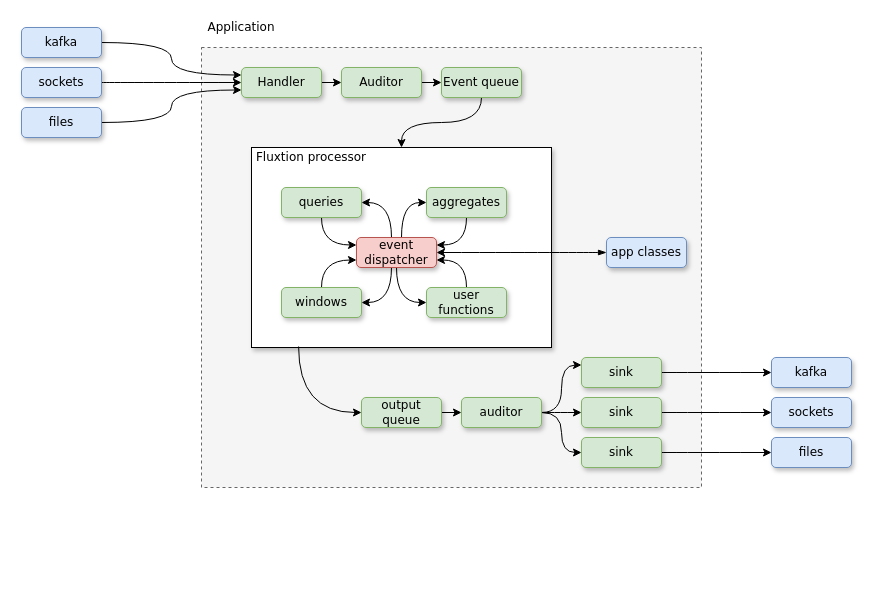
The draw.io diagram images/draw.io/integration_overview.drawio in v12technology/fluxtion, before the edit. Source tidied: cells renumbered, new cells numbered last; positions are measured from the earlier drawing's top-left corner, leaving out a move shared by most shapes. Both pictures are drawn from the tidied source at 100%, with x=0, y=0 at pixel (21, 17).
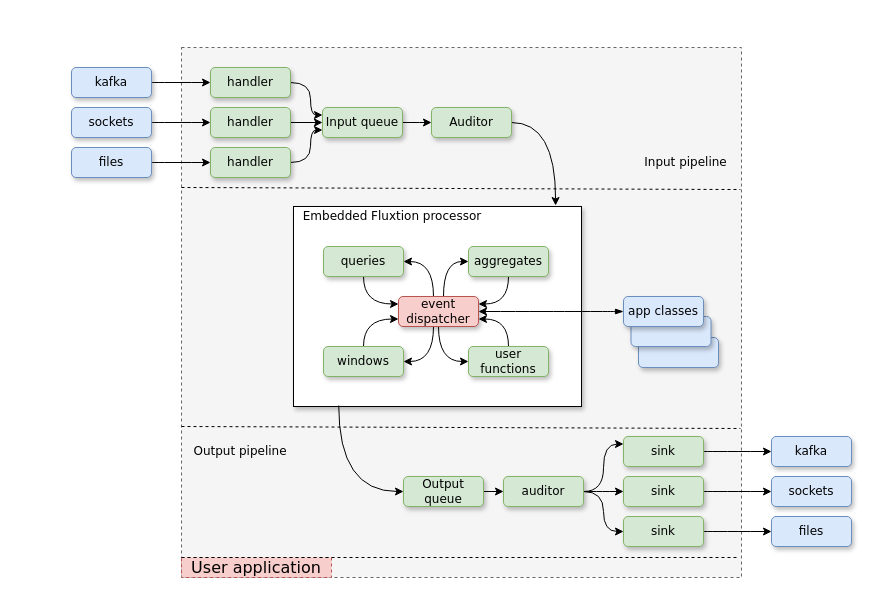
The same diagram, later.

Commit message (it also covers changes not shown here):
Updated overview diagram

Diff of the diagram source:
```diff
@@
     <mxCell id="2" style="rounded=0;whiteSpace=wrap;html=1;shadow=0;glass=0;dashed=1;sketch=0;fillColor=#f5f5f5;strokeColor=#666666;fontColor=#333333;" parent="1" vertex="1">
-      <mxGeometry x="180" y="30" width="500" height="440" as="geometry" />
+      <mxGeometry x="160" y="30" width="560" height="530" as="geometry" />
     </mxCell>
-    <mxCell id="3" style="edgeStyle=orthogonalEdgeStyle;rounded=0;jettySize=auto;html=1;entryX=0;entryY=0.25;entryDx=0;entryDy=0;curved=1;" parent="1" edge="1" source="4" target="6">
+    <mxCell id="3" style="edgeStyle=orthogonalEdgeStyle;rounded=0;jettySize=auto;html=1;entryX=0;entryY=0.5;entryDx=0;entryDy=0;curved=1;" parent="1" edge="1" source="4" target="55">
       <mxGeometry relative="1" as="geometry" />
     </mxCell>
     <mxCell id="4" value="kafka" style="rounded=1;whiteSpace=wrap;html=1;fillColor=#dae8fc;strokeColor=#6c8ebf;shadow=1;fontFamily=Verdana;" parent="1" vertex="1">
-      <mxGeometry y="10" width="80" height="30" as="geometry" />
+      <mxGeometry x="50" y="50" width="80" height="30" as="geometry" />
     </mxCell>
-    <mxCell id="5" style="edgeStyle=orthogonalEdgeStyle;curved=1;rounded=0;jettySize=auto;html=1;entryX=0;entryY=0.5;entryDx=0;entryDy=0;" parent="1" edge="1" source="6" target="15">
-      <mxGeometry relative="1" as="geometry" />
-    </mxCell>
-    <mxCell id="6" value="Handler" style="rounded=1;whiteSpace=wrap;html=1;fillColor=#d5e8d4;strokeColor=#82b366;shadow=1;fontFamily=Verdana;" parent="1" vertex="1">
-      <mxGeometry x="220" y="50" width="80" height="30" as="geometry" />
-    </mxCell>
-    <mxCell id="7" value="Application" style="text;html=1;strokeColor=none;fillColor=none;align=center;verticalAlign=middle;whiteSpace=wrap;rounded=0;shadow=0;glass=0;dashed=1;sketch=0;fontFamily=Verdana;" parent="1" vertex="1">
-      <mxGeometry x="180" width="80" height="20" as="geometry" />
+    <mxCell id="7" value="User application" style="text;html=1;strokeColor=#b85450;fillColor=#f8cecc;align=center;verticalAlign=middle;whiteSpace=wrap;rounded=0;shadow=0;glass=0;dashed=1;sketch=0;fontFamily=Verdana;fontSize=16;" parent="1" vertex="1">
+      <mxGeometry x="160" y="540" width="150" height="20" as="geometry" />
     </mxCell>
-    <mxCell id="8" style="edgeStyle=orthogonalEdgeStyle;curved=1;rounded=0;jettySize=auto;html=1;entryX=0;entryY=0.5;entryDx=0;entryDy=0;" parent="1" edge="1" source="9" target="6">
+    <mxCell id="8" style="edgeStyle=orthogonalEdgeStyle;curved=1;rounded=0;jettySize=auto;html=1;entryX=0;entryY=0.5;entryDx=0;entryDy=0;" parent="1" edge="1" source="9" target="53">
       <mxGeometry relative="1" as="geometry" />
     </mxCell>
     <mxCell id="9" value="sockets" style="rounded=1;whiteSpace=wrap;html=1;fillColor=#dae8fc;strokeColor=#6c8ebf;shadow=1;fontFamily=Verdana;" parent="1" vertex="1">
-      <mxGeometry y="50" width="80" height="30" as="geometry" />
+      <mxGeometry x="50" y="90" width="80" height="30" as="geometry" />
     </mxCell>
-    <mxCell id="10" style="edgeStyle=orthogonalEdgeStyle;curved=1;rounded=0;jettySize=auto;html=1;entryX=0;entryY=0.75;entryDx=0;entryDy=0;" parent="1" edge="1" source="11" target="6">
+    <mxCell id="10" style="edgeStyle=orthogonalEdgeStyle;curved=1;rounded=0;jettySize=auto;html=1;entryX=0;entryY=0.5;entryDx=0;entryDy=0;" parent="1" edge="1" source="11" target="57">
       <mxGeometry relative="1" as="geometry" />
     </mxCell>
     <mxCell id="11" value="files" style="rounded=1;whiteSpace=wrap;html=1;fillColor=#dae8fc;strokeColor=#6c8ebf;shadow=1;fontFamily=Verdana;" parent="1" vertex="1">
-      <mxGeometry y="90" width="80" height="30" as="geometry" />
+      <mxGeometry x="50" y="130" width="80" height="30" as="geometry" />
     </mxCell>
-    <mxCell id="12" style="edgeStyle=orthogonalEdgeStyle;curved=1;rounded=0;jettySize=auto;html=1;" parent="1" edge="1" source="13" target="16">
-      <mxGeometry relative="1" as="geometry" />
+    <mxCell id="12" style="edgeStyle=orthogonalEdgeStyle;curved=1;rounded=0;jettySize=auto;html=1;entryX=0.91;entryY=-0.005;entryDx=0;entryDy=0;entryPerimeter=0;strokeWidth=1;fontFamily=Verdana;exitX=1;exitY=0.5;exitDx=0;exitDy=0;" parent="1" edge="1" source="13" target="16">
+      <mxGeometry relative="1" as="geometry">
+        <Array as="points">
+          <mxPoint x="534" y="105" />
+        </Array>
+      </mxGeometry>
     </mxCell>
-    <mxCell id="13" value="Event queue" style="rounded=1;whiteSpace=wrap;html=1;fillColor=#d5e8d4;strokeColor=#82b366;shadow=1;fontFamily=Verdana;" parent="1" vertex="1">
-      <mxGeometry x="420" y="50" width="80" height="30" as="geometry" />
+    <mxCell id="13" value="Auditor" style="rounded=1;whiteSpace=wrap;html=1;fillColor=#d5e8d4;strokeColor=#82b366;shadow=1;fontFamily=Verdana;" parent="1" vertex="1">
+      <mxGeometry x="410" y="90" width="80" height="30" as="geometry" />
     </mxCell>
@@
-    <mxCell id="15" value="Auditor" style="rounded=1;whiteSpace=wrap;html=1;fillColor=#d5e8d4;strokeColor=#82b366;shadow=1;fontFamily=Verdana;" parent="1" vertex="1">
-      <mxGeometry x="320" y="50" width="80" height="30" as="geometry" />
+    <mxCell id="15" value="Input queue" style="rounded=1;whiteSpace=wrap;html=1;fillColor=#d5e8d4;strokeColor=#82b366;shadow=1;fontFamily=Verdana;" parent="1" vertex="1">
+      <mxGeometry x="301" y="90" width="80" height="30" as="geometry" />
     </mxCell>
     <mxCell id="16" style="rounded=0;whiteSpace=wrap;html=1;shadow=1;" parent="1" vertex="1">
-      <mxGeometry x="230" y="130" width="300" height="200" as="geometry" />
+      <mxGeometry x="272" y="189" width="288" height="200" as="geometry" />
     </mxCell>
-    <mxCell id="17" value="Fluxtion processor" style="text;html=1;strokeColor=none;fillColor=none;align=center;verticalAlign=middle;whiteSpace=wrap;rounded=0;shadow=0;glass=0;dashed=1;sketch=0;fontFamily=Verdana;" parent="1" vertex="1">
-      <mxGeometry x="230" y="130" width="120" height="20" as="geometry" />
+    <mxCell id="17" value="Embedded Fluxtion processor" style="text;html=1;strokeColor=none;fillColor=none;align=center;verticalAlign=middle;whiteSpace=wrap;rounded=0;shadow=0;glass=0;dashed=1;sketch=0;fontFamily=Verdana;" parent="1" vertex="1">
+      <mxGeometry x="272" y="189" width="198" height="20" as="geometry" />
     </mxCell>
@@
     <mxCell id="19" value="queries" style="rounded=1;whiteSpace=wrap;html=1;fillColor=#d5e8d4;strokeColor=#82b366;shadow=1;fontFamily=Verdana;" parent="1" vertex="1">
-      <mxGeometry x="260" y="170" width="80" height="30" as="geometry" />
+      <mxGeometry x="302" y="229" width="80" height="30" as="geometry" />
     </mxCell>
@@
     <mxCell id="21" value="windows" style="rounded=1;whiteSpace=wrap;html=1;fillColor=#d5e8d4;strokeColor=#82b366;shadow=1;fontFamily=Verdana;" parent="1" vertex="1">
-      <mxGeometry x="260" y="270" width="80" height="30" as="geometry" />
+      <mxGeometry x="302" y="329" width="80" height="30" as="geometry" />
     </mxCell>
@@
     <mxCell id="23" value="aggregates" style="rounded=1;whiteSpace=wrap;html=1;fillColor=#d5e8d4;strokeColor=#82b366;shadow=1;fontFamily=Verdana;" parent="1" vertex="1">
-      <mxGeometry x="405" y="170" width="80" height="30" as="geometry" />
+      <mxGeometry x="447" y="229" width="80" height="30" as="geometry" />
     </mxCell>
@@
     <mxCell id="25" value="user functions" style="rounded=1;whiteSpace=wrap;html=1;fillColor=#d5e8d4;strokeColor=#82b366;shadow=1;fontFamily=Verdana;" parent="1" vertex="1">
-      <mxGeometry x="405" y="270" width="80" height="30" as="geometry" />
+      <mxGeometry x="447" y="329" width="80" height="30" as="geometry" />
     </mxCell>
     <mxCell id="26" style="edgeStyle=orthogonalEdgeStyle;curved=1;rounded=0;jettySize=auto;html=1;entryX=0;entryY=0.5;entryDx=0;entryDy=0;" parent="1" edge="1" source="30" target="23">
       <mxGeometry relative="1" as="geometry">
         <Array as="points">
-          <mxPoint x="380" y="185" />
+          <mxPoint x="422" y="244" />
         </Array>
       </mxGeometry>
     </mxCell>
     <mxCell id="27" style="edgeStyle=orthogonalEdgeStyle;curved=1;rounded=0;jettySize=auto;html=1;entryX=1;entryY=0.5;entryDx=0;entryDy=0;" parent="1" edge="1" source="30" target="19">
       <mxGeometry relative="1" as="geometry">
         <Array as="points">
-          <mxPoint x="370" y="185" />
+          <mxPoint x="412" y="244" />
         </Array>
       </mxGeometry>
     </mxCell>
@@
     <mxCell id="29" style="edgeStyle=orthogonalEdgeStyle;curved=1;rounded=0;jettySize=auto;html=1;entryX=1;entryY=0.5;entryDx=0;entryDy=0;" parent="1" edge="1" source="30" target="21">
       <mxGeometry relative="1" as="geometry">
         <Array as="points">
-          <mxPoint x="370" y="285" />
+          <mxPoint x="412" y="344" />
         </Array>
       </mxGeometry>
     </mxCell>
     <mxCell id="30" value="event dispatcher" style="rounded=1;whiteSpace=wrap;html=1;fillColor=#f8cecc;strokeColor=#b85450;shadow=1;fontFamily=Verdana;" parent="1" vertex="1">
-      <mxGeometry x="335" y="220" width="80" height="30" as="geometry" />
+      <mxGeometry x="377" y="279" width="80" height="30" as="geometry" />
     </mxCell>
@@
-    <mxCell id="33" value="output queue" style="rounded=1;whiteSpace=wrap;html=1;fillColor=#d5e8d4;strokeColor=#82b366;shadow=1;fontFamily=Verdana;" parent="1" vertex="1">
-      <mxGeometry x="340" y="380" width="80" height="30" as="geometry" />
+    <mxCell id="33" value="Output queue" style="rounded=1;whiteSpace=wrap;html=1;fillColor=#d5e8d4;strokeColor=#82b366;shadow=1;fontFamily=Verdana;" parent="1" vertex="1">
+      <mxGeometry x="382" y="459" width="80" height="30" as="geometry" />
     </mxCell>
@@
     <mxCell id="37" value="auditor" style="rounded=1;whiteSpace=wrap;html=1;fillColor=#d5e8d4;strokeColor=#82b366;shadow=1;fontFamily=Verdana;" parent="1" vertex="1">
-      <mxGeometry x="440" y="380" width="80" height="30" as="geometry" />
+      <mxGeometry x="482" y="459" width="80" height="30" as="geometry" />
     </mxCell>
@@
     <mxCell id="39" value="sink" style="rounded=1;whiteSpace=wrap;html=1;fillColor=#d5e8d4;strokeColor=#82b366;shadow=1;fontFamily=Verdana;" parent="1" vertex="1">
-      <mxGeometry x="560" y="380" width="80" height="30" as="geometry" />
+      <mxGeometry x="602" y="459" width="80" height="30" as="geometry" />
     </mxCell>
@@
     <mxCell id="41" value="sink" style="rounded=1;whiteSpace=wrap;html=1;fillColor=#d5e8d4;strokeColor=#82b366;shadow=1;fontFamily=Verdana;" parent="1" vertex="1">
-      <mxGeometry x="560" y="340" width="80" height="30" as="geometry" />
+      <mxGeometry x="602" y="419" width="80" height="30" as="geometry" />
     </mxCell>
@@
     <mxCell id="43" value="sink" style="rounded=1;whiteSpace=wrap;html=1;fillColor=#d5e8d4;strokeColor=#82b366;shadow=1;fontFamily=Verdana;" parent="1" vertex="1">
-      <mxGeometry x="560" y="420" width="80" height="30" as="geometry" />
+      <mxGeometry x="602" y="499" width="80" height="30" as="geometry" />
     </mxCell>
     <mxCell id="44" value="kafka" style="rounded=1;whiteSpace=wrap;html=1;fillColor=#dae8fc;strokeColor=#6c8ebf;shadow=1;fontFamily=Verdana;" parent="1" vertex="1">
-      <mxGeometry x="750" y="340" width="80" height="30" as="geometry" />
+      <mxGeometry x="750" y="419" width="80" height="30" as="geometry" />
     </mxCell>
     <mxCell id="45" value="sockets" style="rounded=1;whiteSpace=wrap;html=1;fillColor=#dae8fc;strokeColor=#6c8ebf;shadow=1;fontFamily=Verdana;" parent="1" vertex="1">
-      <mxGeometry x="750" y="380" width="80" height="30" as="geometry" />
+      <mxGeometry x="750" y="459" width="80" height="30" as="geometry" />
     </mxCell>
     <mxCell id="46" value="files" style="rounded=1;whiteSpace=wrap;html=1;fillColor=#dae8fc;strokeColor=#6c8ebf;shadow=1;fontFamily=Verdana;" parent="1" vertex="1">
-      <mxGeometry x="750" y="420" width="80" height="30" as="geometry" />
+      <mxGeometry x="750" y="499" width="80" height="30" as="geometry" />
     </mxCell>
@@
+    <mxCell id="49" value="Input pipeline" style="text;html=1;strokeColor=none;fillColor=none;align=center;verticalAlign=middle;whiteSpace=wrap;rounded=0;fontFamily=Verdana;" parent="1" vertex="1">
+      <mxGeometry x="617" y="135" width="95" height="20" as="geometry" />
+    </mxCell>
+    <mxCell id="50" value="Output pipeline" style="text;html=1;strokeColor=none;fillColor=none;align=center;verticalAlign=middle;whiteSpace=wrap;rounded=0;fontFamily=Verdana;" parent="1" vertex="1">
+      <mxGeometry x="169" y="424" width="100" height="20" as="geometry" />
+    </mxCell>
+    <mxCell id="51" style="endArrow=none;dashed=1;html=1;strokeWidth=1;" parent="1" edge="1">
+      <mxGeometry relative="1" as="geometry">
+        <mxPoint x="160" y="540" as="sourcePoint" />
+        <mxPoint x="718" y="540" as="targetPoint" />
+      </mxGeometry>
+    </mxCell>
+    <mxCell id="52" style="edgeStyle=orthogonalEdgeStyle;rounded=0;jettySize=auto;html=1;strokeWidth=1;fontFamily=Verdana;" parent="1" edge="1" source="53" target="15">
+      <mxGeometry relative="1" as="geometry" />
+    </mxCell>
+    <mxCell id="53" value="handler" style="rounded=1;whiteSpace=wrap;html=1;fillColor=#d5e8d4;strokeColor=#82b366;shadow=1;fontFamily=Verdana;" parent="1" vertex="1">
+      <mxGeometry x="189" y="90" width="80" height="30" as="geometry" />
+    </mxCell>
+    <mxCell id="54" style="edgeStyle=orthogonalEdgeStyle;curved=1;rounded=0;jettySize=auto;html=1;entryX=0;entryY=0.25;entryDx=0;entryDy=0;strokeWidth=1;fontFamily=Verdana;" parent="1" edge="1" source="55" target="15">
+      <mxGeometry relative="1" as="geometry" />
+    </mxCell>
+    <mxCell id="55" value="handler" style="rounded=1;whiteSpace=wrap;html=1;fillColor=#d5e8d4;strokeColor=#82b366;shadow=1;fontFamily=Verdana;" parent="1" vertex="1">
+      <mxGeometry x="189" y="50" width="80" height="30" as="geometry" />
+    </mxCell>
+    <mxCell id="56" style="edgeStyle=orthogonalEdgeStyle;curved=1;rounded=0;jettySize=auto;html=1;entryX=0;entryY=0.75;entryDx=0;entryDy=0;strokeWidth=1;fontFamily=Verdana;" parent="1" edge="1" source="57" target="15">
+      <mxGeometry relative="1" as="geometry" />
+    </mxCell>
+    <mxCell id="57" value="handler" style="rounded=1;whiteSpace=wrap;html=1;fillColor=#d5e8d4;strokeColor=#82b366;shadow=1;fontFamily=Verdana;" parent="1" vertex="1">
+      <mxGeometry x="189" y="130" width="80" height="30" as="geometry" />
+    </mxCell>
+    <mxCell id="58" style="endArrow=none;dashed=1;html=1;strokeWidth=1;entryX=0.998;entryY=0.268;entryDx=0;entryDy=0;entryPerimeter=0;" parent="1" edge="1" target="2">
+      <mxGeometry relative="1" as="geometry">
+        <mxPoint x="160" y="170" as="sourcePoint" />
+      </mxGeometry>
+    </mxCell>
+    <mxCell id="59" style="rounded=1;whiteSpace=wrap;html=1;fillColor=#dae8fc;strokeColor=#6c8ebf;shadow=1;fontFamily=Verdana;" parent="1" vertex="1">
+      <mxGeometry x="617" y="320" width="80" height="30" as="geometry" />
+    </mxCell>
+    <mxCell id="60" style="rounded=1;whiteSpace=wrap;html=1;fillColor=#dae8fc;strokeColor=#6c8ebf;shadow=1;fontFamily=Verdana;" parent="1" vertex="1">
+      <mxGeometry x="609.5" y="299" width="80" height="30" as="geometry" />
+    </mxCell>
     <mxCell id="48" value="app classes" style="rounded=1;whiteSpace=wrap;html=1;fillColor=#dae8fc;strokeColor=#6c8ebf;shadow=1;fontFamily=Verdana;" parent="1" vertex="1">
-      <mxGeometry x="585" y="220" width="80" height="30" as="geometry" />
+      <mxGeometry x="602" y="279" width="80" height="30" as="geometry" />
     </mxCell>
+    <mxCell id="61" style="endArrow=none;dashed=1;html=1;strokeWidth=1;entryX=0.998;entryY=0.268;entryDx=0;entryDy=0;entryPerimeter=0;" parent="1" edge="1">
+      <mxGeometry relative="1" as="geometry">
+        <mxPoint x="160" y="409" as="sourcePoint" />
+        <mxPoint x="718.9" y="411" as="targetPoint" />
+      </mxGeometry>
+    </mxCell>
```
